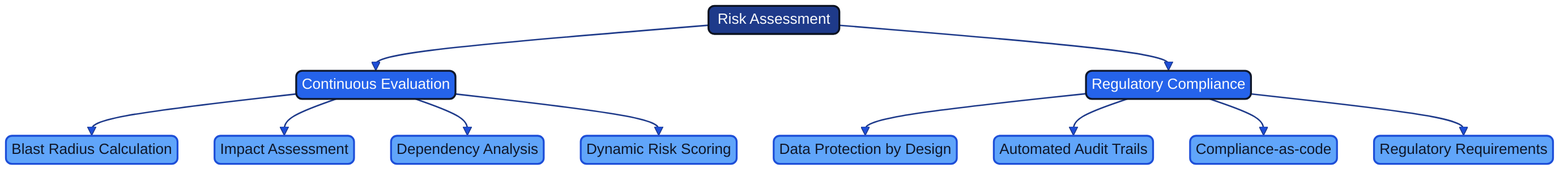
The Mermaid diagram docs/images/mindmap_10_security_risk.png in Geonitab/architecture_as_code, before a commit. Its source is kept beside it as docs/images/mindmap_10_security_risk.mmd.
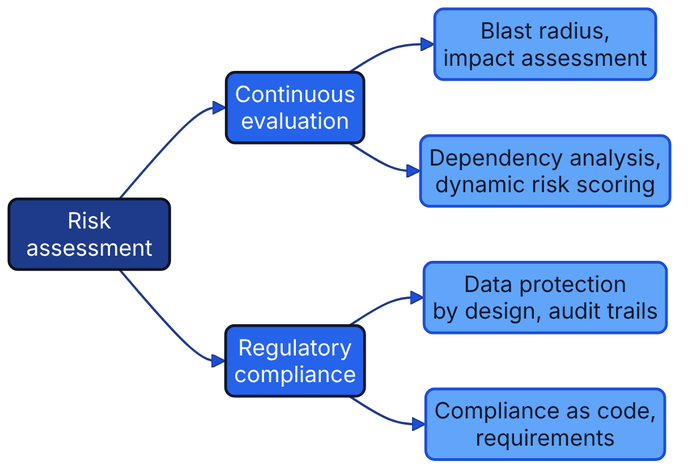
After the commit.

The edit, as a diff of the source:
```diff
@@ -1,12 +1,14 @@
-graph TD
-    ROOT(["Risk Assessment"]):::geon-primary
-    ROOT --> CE["Continuous Evaluation"]:::geon-accent
-    ROOT --> RC["Regulatory Compliance"]:::geon-accent
-    CE --> CE1["Blast Radius Calculation"]:::geon-highlight
-    CE --> CE2["Impact Assessment"]:::geon-highlight
-    CE --> CE3["Dependency Analysis"]:::geon-highlight
-    CE --> CE4["Dynamic Risk Scoring"]:::geon-highlight
-    RC --> RC1["Data Protection by Design"]:::geon-highlight
-    RC --> RC2["Automated Audit Trails"]:::geon-highlight
-    RC --> RC3["Compliance-as-code"]:::geon-highlight
-    RC --> RC4["Regulatory Requirements"]:::geon-highlight
+flowchart LR
+    ROOT(["Risk<br/>assessment"]):::geon-primary
+    CE["Continuous<br/>evaluation"]:::geon-accent
+    RC["Regulatory<br/>compliance"]:::geon-accent
+    CE1["Blast radius,<br/>impact assessment"]:::geon-highlight
+    CE2["Dependency analysis,<br/>dynamic risk scoring"]:::geon-highlight
+    RC1["Data protection<br/>by design, audit trails"]:::geon-highlight
+    RC2["Compliance as code,<br/>requirements"]:::geon-highlight
+    ROOT --> CE
+    ROOT --> RC
+    CE --> CE1
+    CE --> CE2
+    RC --> RC1
+    RC --> RC2
```
